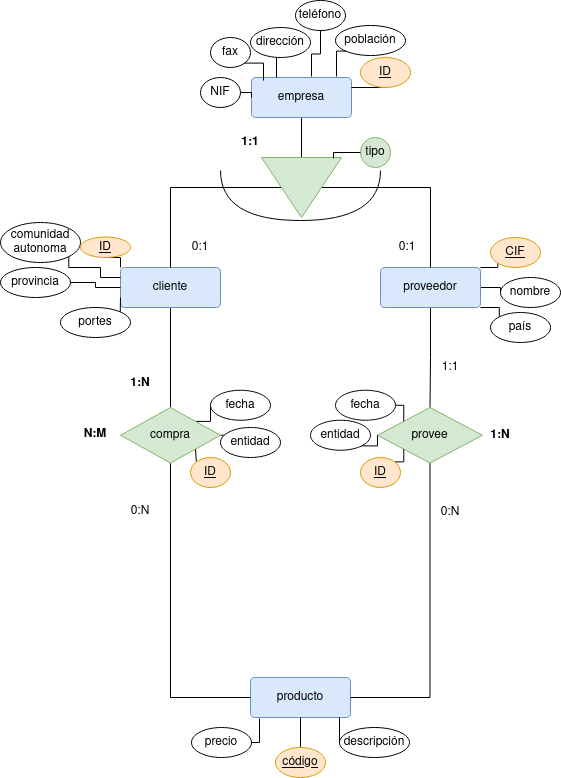
This is Unidad-1/Tareas./Simulacro de examen/Empresa.drawio.png from mdiogc/base-datos, a draw.io export, as it was before one commit. Source tidied: cells renumbered, new cells last; positions are measured from the earlier drawing's top-left corner, leaving out a move shared by most shapes.
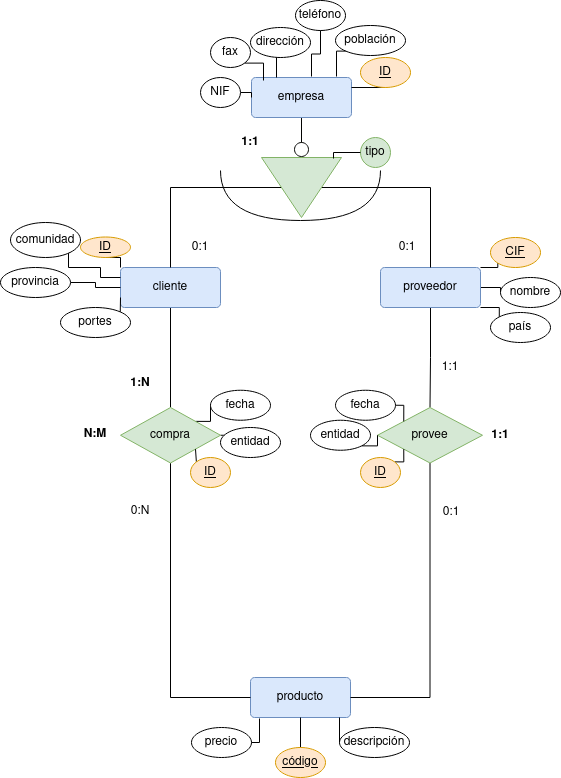
Above is the later version.

The edit, as a diff of the source:
```diff
@@ -23,7 +23,7 @@
     <mxCell id="8" value="proveedor" style="rounded=1;arcSize=10;whiteSpace=wrap;html=1;align=center;fillColor=#dae8fc;strokeColor=#6c8ebf;" parent="1" vertex="1">
       <mxGeometry x="380" y="267" width="100" height="40" as="geometry" />
     </mxCell>
-    <mxCell id="9" style="edgeStyle=orthogonalEdgeStyle;rounded=0;jettySize=auto;html=1;exitX=0.5;exitY=1;exitDx=0;exitDy=0;endArrow=none;endFill=0;" parent="1" edge="1" source="10" target="13">
+    <mxCell id="9" style="edgeStyle=orthogonalEdgeStyle;rounded=0;jettySize=auto;html=1;exitX=0.5;exitY=1;exitDx=0;exitDy=0;entryX=0;entryY=0.5;entryDx=0;entryDy=0;endArrow=circle;endFill=0;fillColor=#d5e8d4;strokeColor=#020301;" parent="1" edge="1" source="10" target="13">
       <mxGeometry relative="1" as="geometry" />
     </mxCell>
     <mxCell id="10" value="empresa" style="rounded=1;arcSize=10;whiteSpace=wrap;html=1;align=center;fillColor=#dae8fc;strokeColor=#6c8ebf;" parent="1" vertex="1">
@@ -101,8 +101,8 @@
         </Array>
       </mxGeometry>
     </mxCell>
-    <mxCell id="33" value="&lt;div&gt;comunidad&lt;/div&gt;&lt;div&gt;autonoma&lt;br&gt;&lt;/div&gt;" style="ellipse;whiteSpace=wrap;html=1;align=center;" parent="1" vertex="1">
-      <mxGeometry y="222" width="80" height="40" as="geometry" />
+    <mxCell id="33" value="&lt;div&gt;comunidad&lt;/div&gt;" style="ellipse;whiteSpace=wrap;html=1;align=center;" parent="1" vertex="1">
+      <mxGeometry x="10" y="222" width="70" height="35" as="geometry" />
     </mxCell>
     <mxCell id="34" value="&lt;u&gt;CIF&lt;/u&gt;" style="ellipse;whiteSpace=wrap;html=1;align=center;fillColor=#ffe6cc;strokeColor=#d79b00;" parent="1" vertex="1">
       <mxGeometry x="490" y="237" width="50" height="30" as="geometry" />
@@ -181,13 +181,13 @@
     <mxCell id="58" style="edgeStyle=orthogonalEdgeStyle;rounded=0;jettySize=auto;html=1;exitX=1;exitY=0.5;exitDx=0;exitDy=0;entryX=0.09;entryY=1.025;entryDx=0;entryDy=0;entryPerimeter=0;endArrow=none;endFill=0;" parent="1" edge="1" source="56" target="16">
       <mxGeometry relative="1" as="geometry" />
     </mxCell>
-    <mxCell id="59" value="0:N" style="text;html=1;strokeColor=none;fillColor=none;align=center;verticalAlign=middle;whiteSpace=wrap;rounded=0;" parent="1" vertex="1">
-      <mxGeometry x="420" y="497" width="60" height="30" as="geometry" />
+    <mxCell id="59" value="0:1" style="text;html=1;strokeColor=none;fillColor=none;align=center;verticalAlign=middle;whiteSpace=wrap;rounded=0;" parent="1" vertex="1">
+      <mxGeometry x="421" y="497" width="60" height="30" as="geometry" />
     </mxCell>
     <mxCell id="60" value="1:1" style="text;html=1;strokeColor=none;fillColor=none;align=center;verticalAlign=middle;whiteSpace=wrap;rounded=0;" parent="1" vertex="1">
       <mxGeometry x="420" y="351.5" width="60" height="30" as="geometry" />
     </mxCell>
-    <mxCell id="61" value="&lt;b&gt;1:N&lt;/b&gt;" style="text;html=1;strokeColor=none;fillColor=none;align=center;verticalAlign=middle;whiteSpace=wrap;rounded=0;" parent="1" vertex="1">
+    <mxCell id="61" value="&lt;b&gt;1:1&lt;/b&gt;" style="text;html=1;strokeColor=none;fillColor=none;align=center;verticalAlign=middle;whiteSpace=wrap;rounded=0;" parent="1" vertex="1">
       <mxGeometry x="470" y="419.8" width="60" height="30" as="geometry" />
     </mxCell>
     <mxCell id="62" value="&lt;b&gt;1:1&lt;/b&gt;" style="text;html=1;strokeColor=none;fillColor=none;align=center;verticalAlign=middle;whiteSpace=wrap;rounded=0;" parent="1" vertex="1">
```
